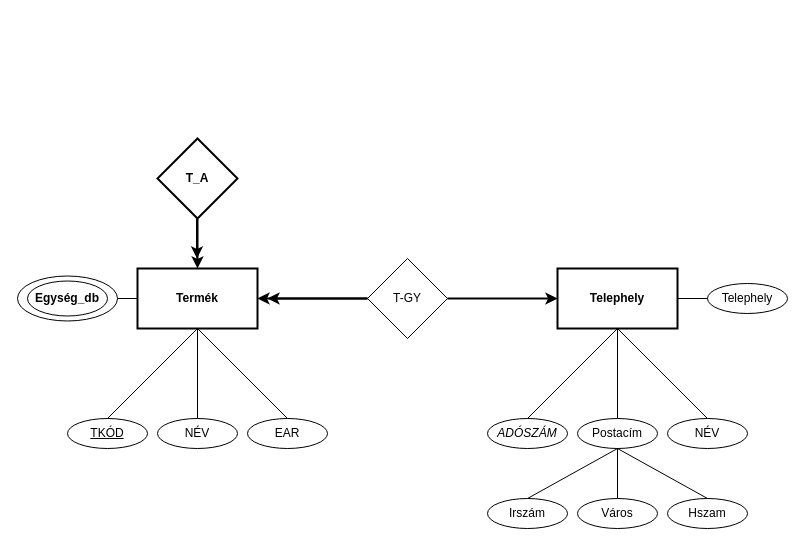
This is EFEW_0305/EFEW32_1b.drawio from arosdami/EFEW32_DB, a draw.io file, before an edit. Source tidied: cells renumbered, new cells numbered last; positions are measured from the earlier drawing's top-left corner, leaving out a move shared by most shapes. Both pictures are drawn from the tidied source at 100%, with x=0, y=0 at pixel (17, 138).
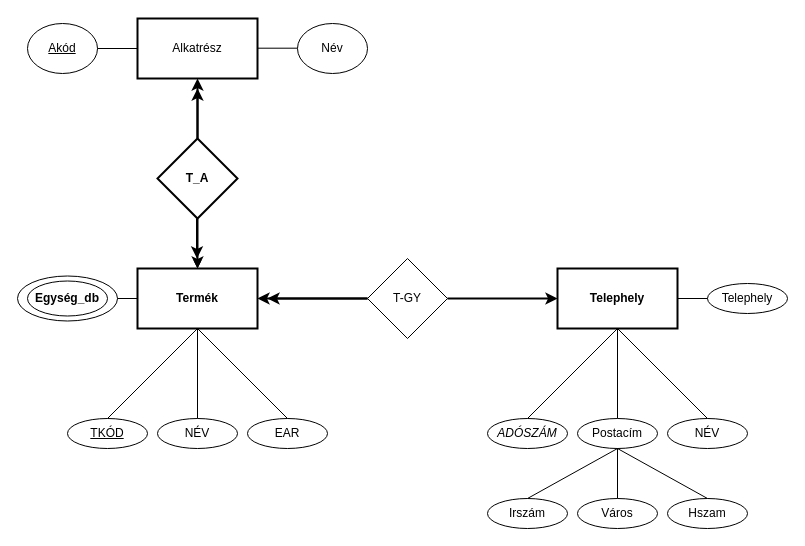
The same diagram, later.

Unchanged cells that the change refers to:
```xml
<mxCell id="2" value="&lt;b&gt;Termék&lt;/b&gt;" style="rounded=0;whiteSpace=wrap;html=1;strokeWidth=2;" parent="1" vertex="1">
  <mxGeometry x="120" y="130" width="120" height="60" as="geometry" />
</mxCell>
<mxCell id="28" value="&lt;b&gt;T_A&lt;/b&gt;" style="rhombus;whiteSpace=wrap;html=1;strokeWidth=2;" parent="1" vertex="1">
  <mxGeometry x="140" width="80" height="80" as="geometry" />
</mxCell>
```

The edit, as a diff of the source:
```diff
@@
+    <mxCell id="34" style="edgeStyle=orthogonalEdgeStyle;rounded=0;jettySize=auto;html=1;" parent="1" edge="1" source="28" target="2">
+      <mxGeometry relative="1" as="geometry" />
+    </mxCell>
@@
+    <mxCell id="35" value="Alkatrész" style="rounded=0;whiteSpace=wrap;html=1;strokeWidth=2;" parent="1" vertex="1">
+      <mxGeometry x="120" y="-120" width="120" height="60" as="geometry" />
+    </mxCell>
+    <mxCell id="36" value="&lt;u&gt;Akód&lt;/u&gt;" style="ellipse;whiteSpace=wrap;html=1;" parent="1" vertex="1">
+      <mxGeometry x="10" y="-115" width="70" height="50" as="geometry" />
+    </mxCell>
+    <mxCell id="37" value="Név" style="ellipse;whiteSpace=wrap;html=1;" parent="1" vertex="1">
+      <mxGeometry x="280" y="-115" width="70" height="50" as="geometry" />
+    </mxCell>
+    <mxCell id="38" style="endArrow=classic;html=1;rounded=0;strokeWidth=2;entryX=0.5;entryY=1;entryDx=0;entryDy=0;exitX=0.5;exitY=0;exitDx=0;exitDy=0;" parent="1" edge="1" source="28" target="35">
+      <mxGeometry relative="1" as="geometry" />
+    </mxCell>
+    <mxCell id="39" style="endArrow=classic;html=1;rounded=0;strokeWidth=2;exitX=0.5;exitY=0;exitDx=0;exitDy=0;" parent="1" edge="1" source="28">
+      <mxGeometry relative="1" as="geometry">
+        <mxPoint x="180" y="-50" as="targetPoint" />
+      </mxGeometry>
+    </mxCell>
+    <mxCell id="40" style="endArrow=none;html=1;rounded=0;exitX=1;exitY=0.5;exitDx=0;exitDy=0;entryX=0;entryY=0.5;entryDx=0;entryDy=0;" parent="1" edge="1" source="36" target="35">
+      <mxGeometry relative="1" as="geometry" />
+    </mxCell>
+    <mxCell id="41" style="endArrow=none;html=1;rounded=0;exitX=1;exitY=0.5;exitDx=0;exitDy=0;entryX=0;entryY=0.5;entryDx=0;entryDy=0;" parent="1" edge="1">
+      <mxGeometry relative="1" as="geometry">
+        <mxPoint x="240" y="-90.3" as="sourcePoint" />
+        <mxPoint x="280" y="-90.3" as="targetPoint" />
+      </mxGeometry>
+    </mxCell>
```
